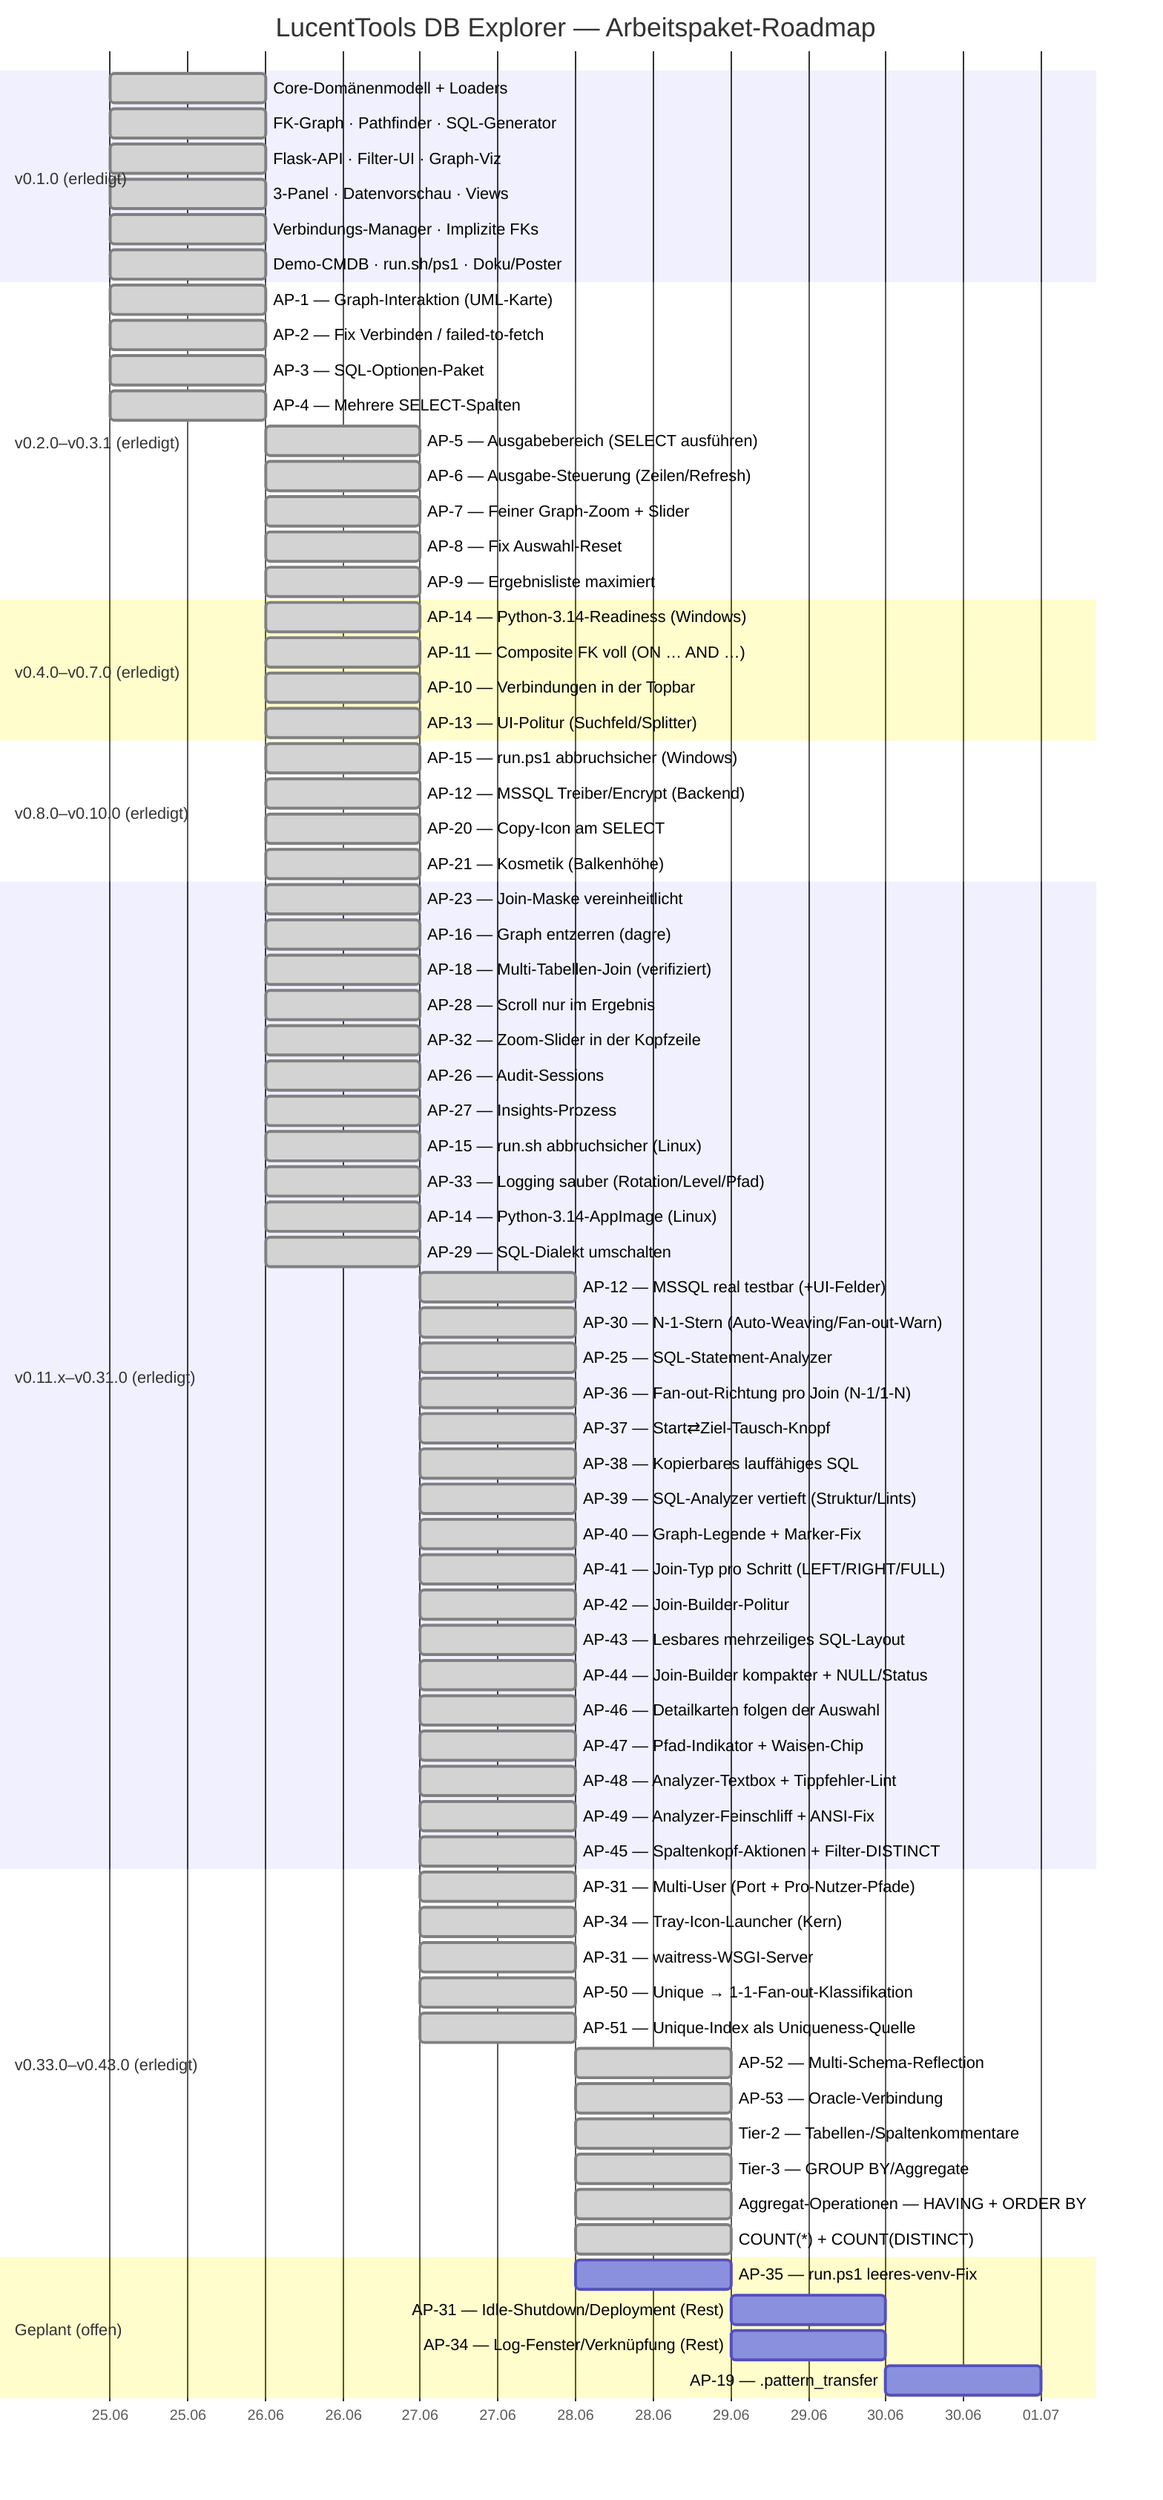
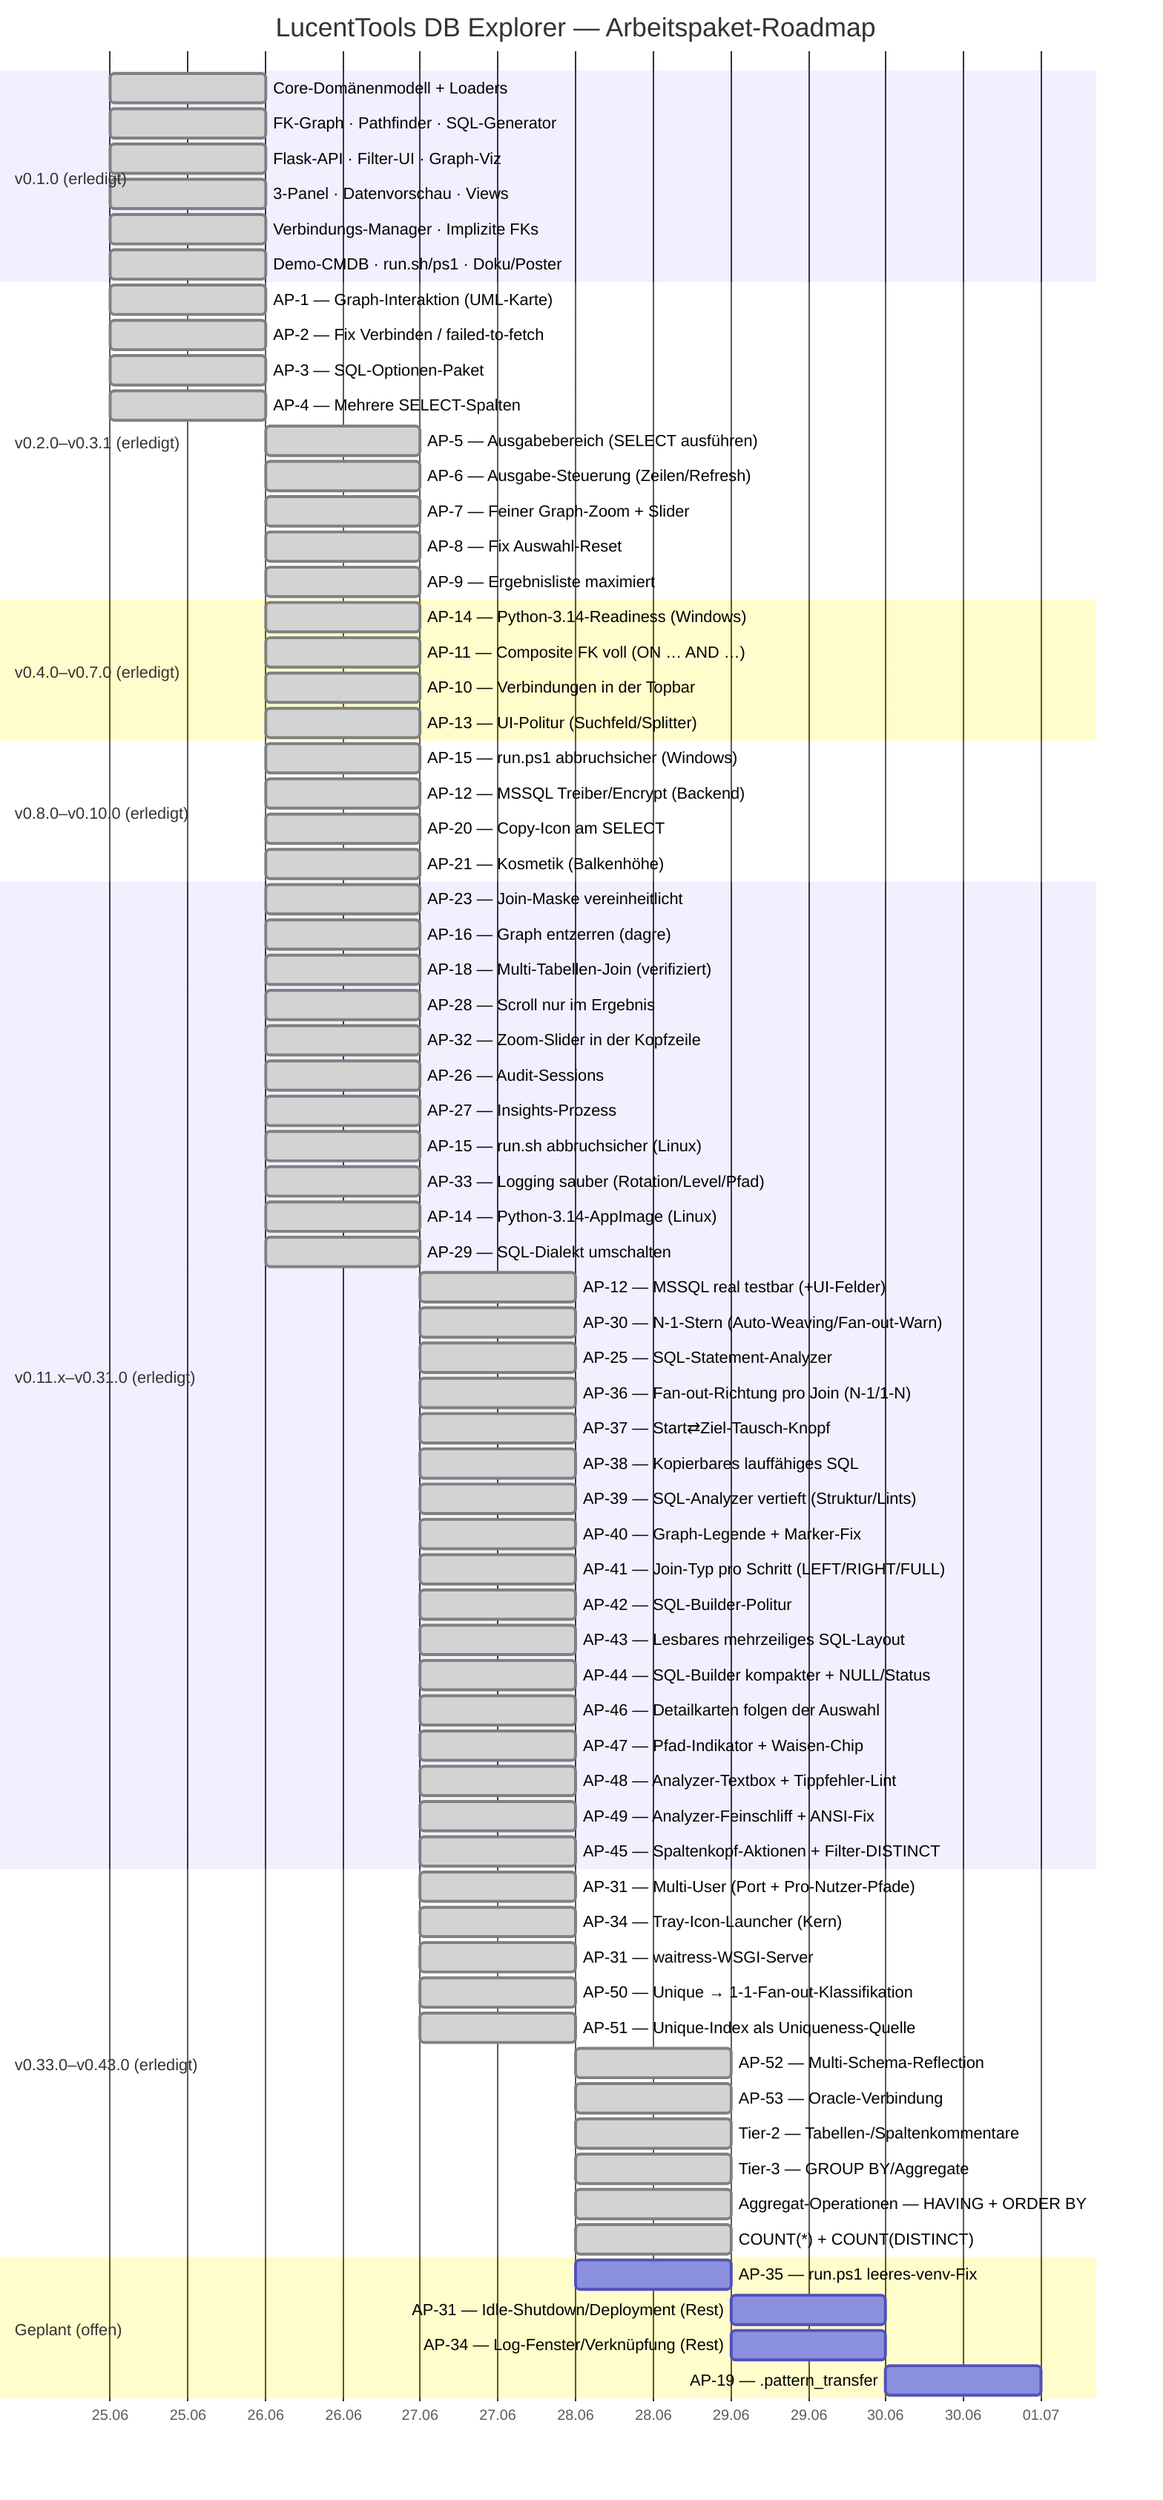
gantt
    title LucentTools DB Explorer — Arbeitspaket-Roadmap
    dateFormat  YYYY-MM-DD
    axisFormat  %d.%m

    section v0.1.0 (erledigt)
    Core-Domänenmodell + Loaders          :done, d1, 2026-06-25, 1d
    FK-Graph · Pathfinder · SQL-Generator :done, d2, 2026-06-25, 1d
    Flask-API · Filter-UI · Graph-Viz     :done, d3, 2026-06-25, 1d
    3-Panel · Datenvorschau · Views       :done, d4, 2026-06-25, 1d
    Verbindungs-Manager · Implizite FKs   :done, d5, 2026-06-25, 1d
    Demo-CMDB · run.sh/ps1 · Doku/Poster  :done, d6, 2026-06-25, 1d

    section v0.2.0–v0.3.1 (erledigt)
    AP-1 — Graph-Interaktion (UML-Karte)        :done, a1, 2026-06-25, 1d
    AP-2 — Fix Verbinden / failed-to-fetch      :done, a2, 2026-06-25, 1d
    AP-3 — SQL-Optionen-Paket                   :done, a3, 2026-06-25, 1d
    AP-4 — Mehrere SELECT-Spalten               :done, a4, 2026-06-25, 1d
    AP-5 — Ausgabebereich (SELECT ausführen)    :done, a5, 2026-06-26, 1d
    AP-6 — Ausgabe-Steuerung (Zeilen/Refresh)   :done, a6, 2026-06-26, 1d
    AP-7 — Feiner Graph-Zoom + Slider           :done, a7, 2026-06-26, 1d
    AP-8 — Fix Auswahl-Reset                    :done, a8, 2026-06-26, 1d
    AP-9 — Ergebnisliste maximiert              :done, a9, 2026-06-26, 1d

    section v0.4.0–v0.7.0 (erledigt)
    AP-14 — Python-3.14-Readiness (Windows)     :done, b1, 2026-06-26, 1d
    AP-11 — Composite FK voll (ON … AND …)      :done, b2, 2026-06-26, 1d
    AP-10 — Verbindungen in der Topbar          :done, b3, 2026-06-26, 1d
    AP-13 — UI-Politur (Suchfeld/Splitter)      :done, b4, 2026-06-26, 1d

    section v0.8.0–v0.10.0 (erledigt)
    AP-15 — run.ps1 abbruchsicher (Windows)     :done, c1, 2026-06-26, 1d
    AP-12 — MSSQL Treiber/Encrypt (Backend)     :done, c2, 2026-06-26, 1d
    AP-20 — Copy-Icon am SELECT                 :done, c3, 2026-06-26, 1d
    AP-21 — Kosmetik (Balkenhöhe)               :done, c4, 2026-06-26, 1d

    section v0.11.x–v0.31.0 (erledigt)
    AP-23 — Join-Maske vereinheitlicht          :done, e1, 2026-06-26, 1d
    AP-16 — Graph entzerren (dagre)             :done, e2, 2026-06-26, 1d
    AP-18 — Multi-Tabellen-Join (verifiziert)   :done, e3, 2026-06-26, 1d
    AP-28 — Scroll nur im Ergebnis              :done, e4, 2026-06-26, 1d
    AP-32 — Zoom-Slider in der Kopfzeile        :done, e5, 2026-06-26, 1d
    AP-26 — Audit-Sessions                      :done, e6, 2026-06-26, 1d
    AP-27 — Insights-Prozess                    :done, e7, 2026-06-26, 1d
    AP-15 — run.sh abbruchsicher (Linux)        :done, e8, 2026-06-26, 1d
    AP-33 — Logging sauber (Rotation/Level/Pfad) :done, e9, 2026-06-26, 1d
    AP-14 — Python-3.14-AppImage (Linux)         :done, e10, 2026-06-26, 1d
    AP-29 — SQL-Dialekt umschalten               :done, e11, 2026-06-26, 1d
    AP-12 — MSSQL real testbar (+UI-Felder)      :done, e12, 2026-06-27, 1d
    AP-30 — N-1-Stern (Auto-Weaving/Fan-out-Warn) :done, e13, 2026-06-27, 1d
    AP-25 — SQL-Statement-Analyzer               :done, e14, 2026-06-27, 1d
    AP-36 — Fan-out-Richtung pro Join (N-1/1-N)  :done, e15, 2026-06-27, 1d
    AP-37 — Start⇄Ziel-Tausch-Knopf              :done, e16, 2026-06-27, 1d
    AP-38 — Kopierbares lauffähiges SQL          :done, e17, 2026-06-27, 1d
    AP-39 — SQL-Analyzer vertieft (Struktur/Lints) :done, e18, 2026-06-27, 1d
    AP-40 — Graph-Legende + Marker-Fix           :done, e19, 2026-06-27, 1d
    AP-41 — Join-Typ pro Schritt (LEFT/RIGHT/FULL) :done, e20, 2026-06-27, 1d
-     AP-42 — Join-Builder-Politur                 :done, e21, 2026-06-27, 1d
+     AP-42 — SQL-Builder-Politur                 :done, e21, 2026-06-27, 1d
    AP-43 — Lesbares mehrzeiliges SQL-Layout      :done, e22, 2026-06-27, 1d
-     AP-44 — Join-Builder kompakter + NULL/Status :done, e23, 2026-06-27, 1d
+     AP-44 — SQL-Builder kompakter + NULL/Status :done, e23, 2026-06-27, 1d
    AP-46 — Detailkarten folgen der Auswahl       :done, e24, 2026-06-27, 1d
    AP-47 — Pfad-Indikator + Waisen-Chip         :done, e25, 2026-06-27, 1d
    AP-48 — Analyzer-Textbox + Tippfehler-Lint   :done, e26, 2026-06-27, 1d
    AP-49 — Analyzer-Feinschliff + ANSI-Fix       :done, e27, 2026-06-27, 1d
    AP-45 — Spaltenkopf-Aktionen + Filter-DISTINCT :done, e28, 2026-06-27, 1d

    section v0.33.0–v0.43.0 (erledigt)
    AP-31 — Multi-User (Port + Pro-Nutzer-Pfade) :done, f1, 2026-06-27, 1d
    AP-34 — Tray-Icon-Launcher (Kern)            :done, f2, 2026-06-27, 1d
    AP-31 — waitress-WSGI-Server                 :done, f3, 2026-06-27, 1d
    AP-50 — Unique → 1-1-Fan-out-Klassifikation  :done, f4, 2026-06-27, 1d
    AP-51 — Unique-Index als Uniqueness-Quelle   :done, f5, 2026-06-27, 1d
    AP-52 — Multi-Schema-Reflection              :done, f6, 2026-06-28, 1d
    AP-53 — Oracle-Verbindung                    :done, f7, 2026-06-28, 1d
    Tier-2 — Tabellen-/Spaltenkommentare         :done, f8, 2026-06-28, 1d
    Tier-3 — GROUP BY/Aggregate                  :done, f9, 2026-06-28, 1d
    Aggregat-Operationen — HAVING + ORDER BY     :done, f10, 2026-06-28, 1d
    COUNT(*) + COUNT(DISTINCT)                   :done, f11, 2026-06-28, 1d

    section Geplant (offen)
    AP-35 — run.ps1 leeres-venv-Fix             :p3, 2026-06-28, 1d
    AP-31 — Idle-Shutdown/Deployment (Rest)     :p5, 2026-06-29, 1d
    AP-34 — Log-Fenster/Verknüpfung (Rest)      :p6, 2026-06-29, 1d
    AP-19 — .pattern_transfer                   :p11, 2026-06-30, 1d
